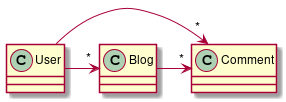
The PlantUML diagram img/Model.png in javargas1098/parcialPDSW2, before a commit.
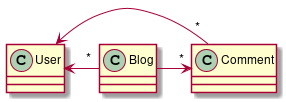
Later version of the same file.

Commit message:
Update model diagram

The edit, as a diff of the source:
```diff
@@ -1,5 +1,5 @@
 @startuml
 Blog -right-> "*" Comment
-User -> "*" Comment
-User -> "*" Blog
+User <- "*" Comment
+User <- "*" Blog
 @enduml
```
